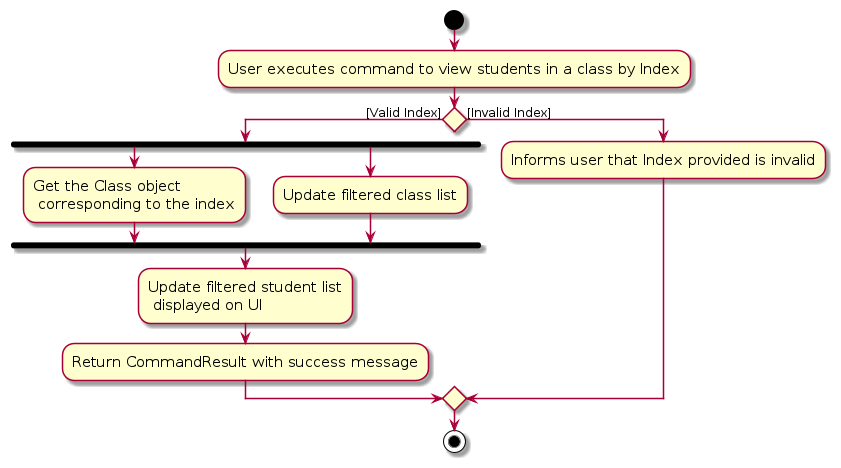
Earlier version of the PlantUML export diagrams/ViewClassActivityDiagram.png (sudarshan2401/tp). Its source is kept beside it as diagrams/ViewClassActivityDiagram.puml.
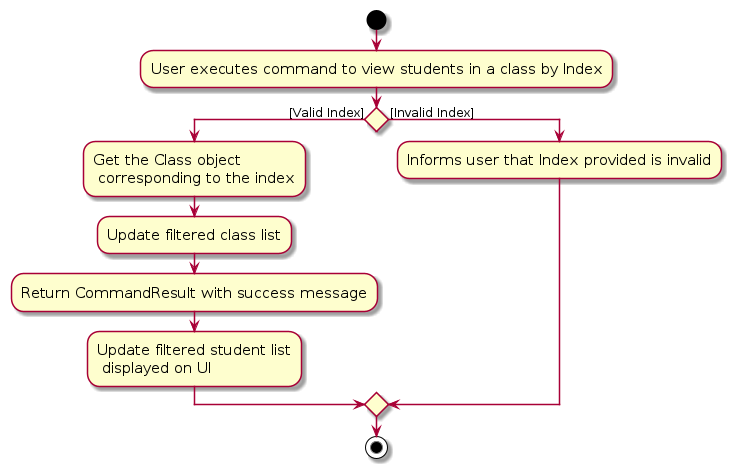
Above is the later version.

Diff of the diagram source:
```diff
@@ -2,18 +2,14 @@
 skin rose
 skinparam ActivityFontSize 15
 skinparam ArrowFontSize 12
+
 start
 :User executes command to view students in a class by Index;
-
-
 if () then ([Valid Index])
-    fork
-        :Get the Class object\n corresponding to the index;
-    fork again
-        :Update filtered class list;
-    end fork
+    :Get the Class object\n corresponding to the index;
+    :Update filtered class list;
+    :Return CommandResult with success message;
     :Update filtered student list\n displayed on UI;
-    :Return CommandResult with success message;
 else ([Invalid Index])
     :Informs user that Index provided is invalid;
 endif
```
